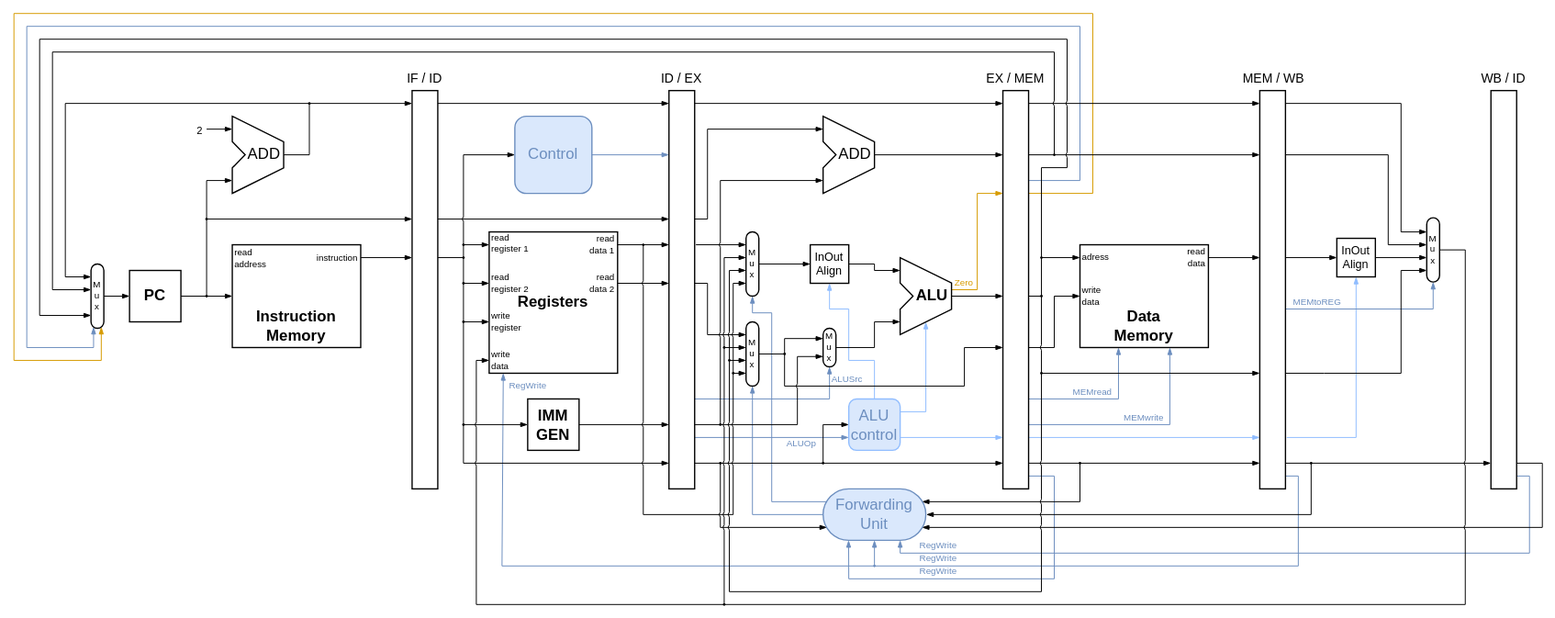
Above: cpu_design.svg in FenFM/Advanced-VLSI-Design (draw.io), before the change. Source tidied: cells renumbered, new cells last; positions are measured from the earlier drawing's top-left corner, leaving out a move shared by most shapes.
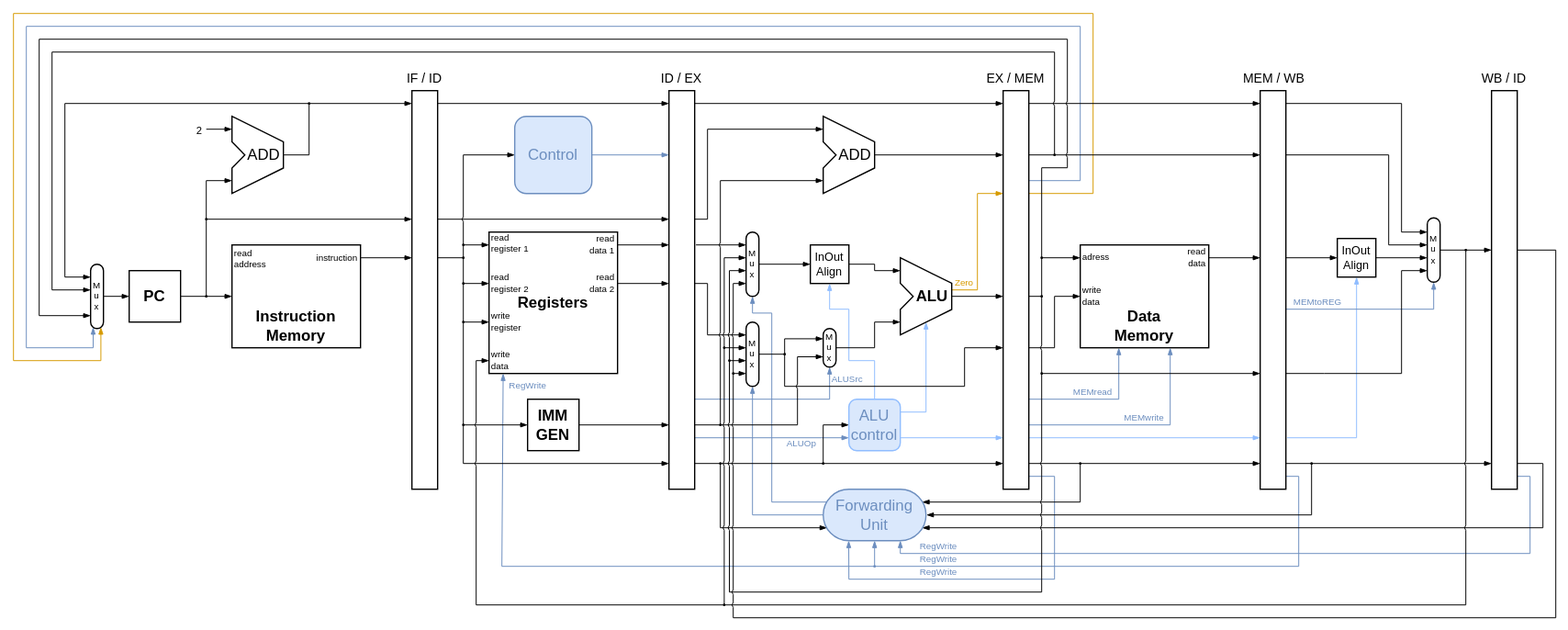
Later version of the same file.

Change to the diagram source:
```diff
@@ -3,7 +3,7 @@
     <mxCell id="0" />
     <mxCell id="1" parent="0" />
     <mxCell id="2" style="rounded=0;whiteSpace=wrap;html=1;fontFamily=Helvetica;fontSize=11;fontColor=default;labelBackgroundColor=default;strokeColor=none;" parent="1" vertex="1">
-      <mxGeometry width="1210" height="480" as="geometry" />
+      <mxGeometry width="1220" height="490" as="geometry" />
     </mxCell>
     <mxCell id="3" style="endArrow=blockThin;html=1;rounded=0;strokeColor=#90BDFF;strokeWidth=0.7;align=center;verticalAlign=middle;fontFamily=Helvetica;fontSize=11;fontColor=default;labelBackgroundColor=default;startSize=4;endFill=1;endSize=4;fillColor=#dae8fc;" parent="1" edge="1">
       <mxGeometry relative="1" as="geometry">
@@ -157,9 +157,6 @@
         <mxPoint x="560" y="360" as="sourcePoint" />
         <mxPoint x="643" y="410" as="targetPoint" />
         <Array as="points">
-          <mxPoint x="560" y="398" />
-          <mxPoint x="559" y="400" />
-          <mxPoint x="560" y="402" />
           <mxPoint x="560" y="410" />
         </Array>
       </mxGeometry>
@@ -765,9 +762,6 @@
           <mxPoint x="563" y="412" />
           <mxPoint x="562" y="410" />
           <mxPoint x="563" y="408" />
-          <mxPoint x="563" y="402" />
-          <mxPoint x="562" y="400" />
-          <mxPoint x="563" y="398" />
           <mxPoint x="563" y="362" />
           <mxPoint x="562" y="360" />
           <mxPoint x="563" y="358" />
@@ -809,9 +803,6 @@
           <mxPoint x="567" y="412" />
           <mxPoint x="566" y="410" />
           <mxPoint x="567" y="408" />
-          <mxPoint x="567" y="402" />
-          <mxPoint x="566" y="400" />
-          <mxPoint x="567" y="398" />
           <mxPoint x="567" y="362" />
           <mxPoint x="566" y="360" />
           <mxPoint x="567" y="358" />
@@ -840,37 +831,6 @@
     <mxCell id="141" style="ellipse;whiteSpace=wrap;html=1;fontFamily=Helvetica;fontSize=11;fontColor=default;labelBackgroundColor=default;strokeColor=none;fillColor=#000000;" parent="1" vertex="1">
       <mxGeometry x="562" y="469" width="2" height="2" as="geometry" />
     </mxCell>
-    <mxCell id="142" style="endArrow=blockThin;html=1;rounded=0;strokeColor=default;strokeWidth=0.7;align=center;verticalAlign=middle;fontFamily=Helvetica;fontSize=11;fontColor=default;labelBackgroundColor=default;startSize=4;endSize=4;endFill=1;entryX=0;entryY=0.8;entryDx=0;entryDy=0;entryPerimeter=0;" parent="1" edge="1" target="56">
-      <mxGeometry relative="1" as="geometry">
-        <mxPoint x="500" y="190" as="sourcePoint" />
-        <Array as="points">
-          <mxPoint x="500" y="218" />
-          <mxPoint x="499" y="220" />
-          <mxPoint x="500" y="222" />
-          <mxPoint x="500" y="328" />
-          <mxPoint x="499" y="330" />
-          <mxPoint x="500" y="332" />
-          <mxPoint x="500" y="358" />
-          <mxPoint x="499" y="360" />
-          <mxPoint x="500" y="362" />
-          <mxPoint x="500" y="400" />
-          <mxPoint x="570" y="400" />
-          <mxPoint x="570" y="362" />
-          <mxPoint x="569" y="360" />
-          <mxPoint x="570" y="358" />
-          <mxPoint x="570" y="332" />
-          <mxPoint x="569" y="330" />
-          <mxPoint x="570" y="328" />
-          <mxPoint x="570" y="262" />
-          <mxPoint x="569" y="260" />
-          <mxPoint x="570" y="258" />
-          <mxPoint x="570" y="220" />
-        </Array>
-      </mxGeometry>
-    </mxCell>
-    <mxCell id="143" style="ellipse;whiteSpace=wrap;html=1;fontFamily=Helvetica;fontSize=11;fontColor=default;labelBackgroundColor=default;strokeColor=none;fillColor=#000000;" parent="1" vertex="1">
-      <mxGeometry x="499" y="189" width="2" height="2" as="geometry" />
-    </mxCell>
     <mxCell id="144" style="ellipse;whiteSpace=wrap;html=1;fontFamily=Helvetica;fontSize=11;fontColor=default;labelBackgroundColor=default;strokeColor=none;fillColor=#000000;" parent="1" vertex="1">
       <mxGeometry x="569" y="289" width="2" height="2" as="geometry" />
     </mxCell>
@@ -976,5 +936,43 @@
         </Array>
       </mxGeometry>
     </mxCell>
+    <mxCell id="166" style="endArrow=blockThin;html=1;rounded=0;strokeColor=default;strokeWidth=0.7;align=center;verticalAlign=middle;fontFamily=Helvetica;fontSize=11;fontColor=default;labelBackgroundColor=default;endFill=1;endSize=4;entryX=0;entryY=0.8;entryDx=0;entryDy=0;entryPerimeter=0;" parent="1" edge="1" target="56">
+      <mxGeometry relative="1" as="geometry">
+        <mxPoint x="1180" y="194" as="sourcePoint" />
+        <Array as="points">
+          <mxPoint x="1210" y="194" />
+          <mxPoint x="1210" y="480" />
+          <mxPoint x="570" y="480" />
+          <mxPoint x="570" y="472" />
+          <mxPoint x="569" y="470" />
+          <mxPoint x="570" y="468" />
+          <mxPoint x="570" y="462" />
+          <mxPoint x="569" y="460" />
+          <mxPoint x="570" y="458" />
+          <mxPoint x="570" y="412" />
+          <mxPoint x="569" y="410" />
+          <mxPoint x="570" y="408" />
+          <mxPoint x="570" y="362" />
+          <mxPoint x="569" y="360" />
+          <mxPoint x="570" y="358" />
+          <mxPoint x="570" y="332" />
+          <mxPoint x="569" y="330" />
+          <mxPoint x="570" y="328" />
+          <mxPoint x="570" y="262" />
+          <mxPoint x="569" y="260" />
+          <mxPoint x="570" y="258" />
+          <mxPoint x="570" y="220" />
+        </Array>
+      </mxGeometry>
+    </mxCell>
+    <mxCell id="167" style="endArrow=blockThin;html=1;rounded=0;strokeColor=default;strokeWidth=0.7;align=center;verticalAlign=middle;fontFamily=Helvetica;fontSize=11;fontColor=default;labelBackgroundColor=default;endFill=1;endSize=4;" parent="1" edge="1">
+      <mxGeometry relative="1" as="geometry">
+        <mxPoint x="1140" y="194" as="sourcePoint" />
+        <mxPoint x="1160" y="194" as="targetPoint" />
+      </mxGeometry>
+    </mxCell>
+    <mxCell id="168" style="ellipse;whiteSpace=wrap;html=1;fontFamily=Helvetica;fontSize=11;fontColor=default;labelBackgroundColor=default;strokeColor=none;fillColor=#000000;" parent="1" vertex="1">
+      <mxGeometry x="1139" y="193" width="2" height="2" as="geometry" />
+    </mxCell>
   </root>
 </mxGraphModel>
```
